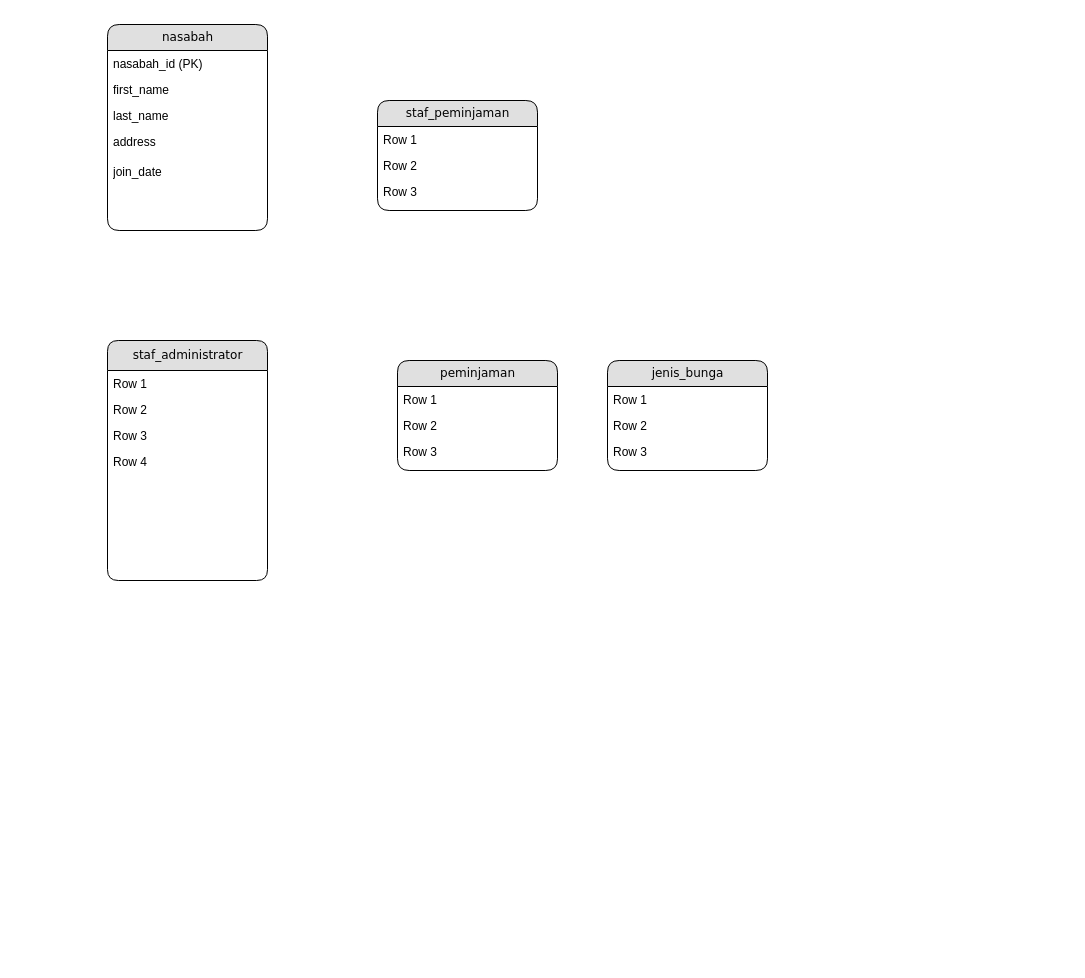
The draw.io diagram Untitled Diagram.drawio in Tchehetheere/x9_academy-draw-io, before the edit. Source tidied: cells renumbered, new cells numbered last; positions are measured from the earlier drawing's top-left corner, leaving out a move shared by most shapes. Both pictures are drawn from the tidied source at 100%, with x=0, y=0 at pixel (107, 24).
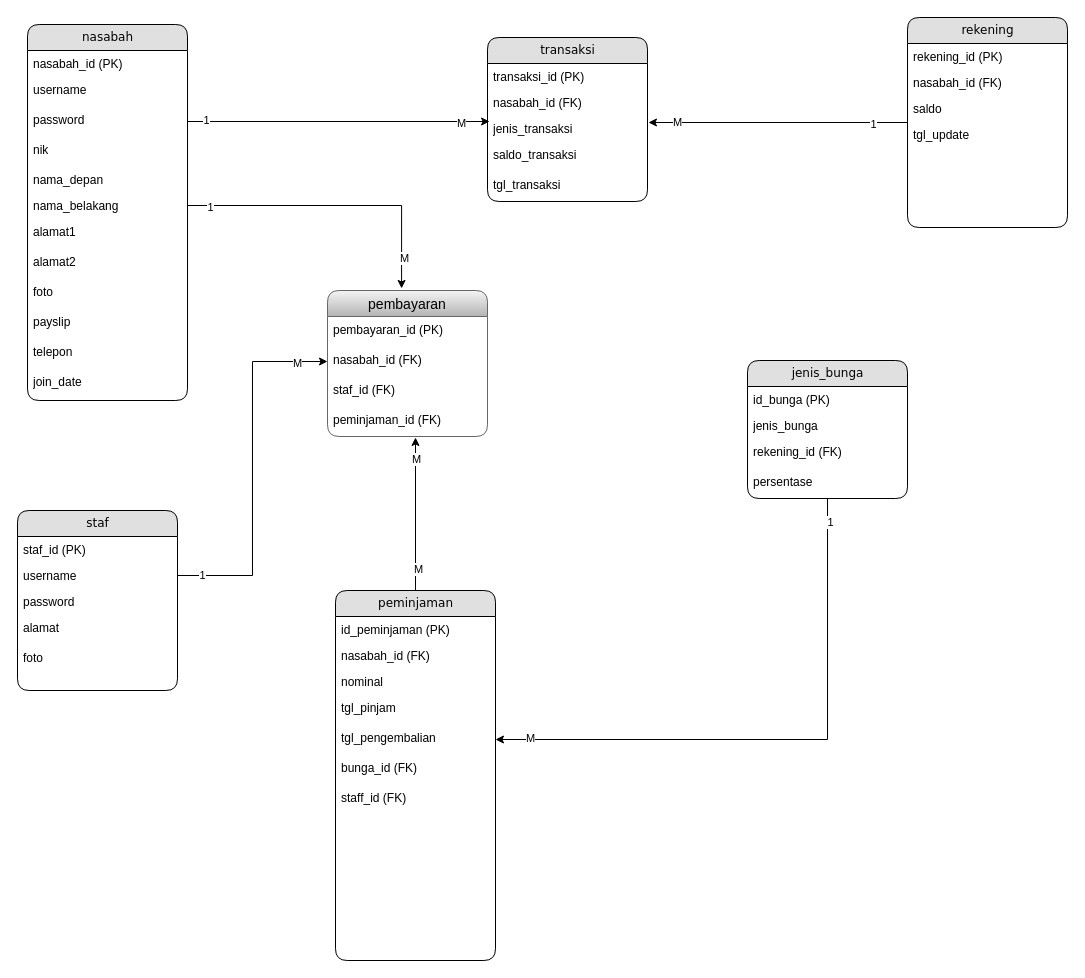
The same page after the edit.

What changed in the source:
```diff
@@
     <mxCell id="2" value="nasabah" style="swimlane;html=1;fontStyle=0;horizontal=1;startSize=26;fillColor=#e0e0e0;swimlaneFillColor=#ffffff;align=center;rounded=1;shadow=0;comic=0;labelBackgroundColor=none;strokeWidth=1;fontFamily=Verdana;fontSize=12;" parent="1" vertex="1">
-      <mxGeometry width="160" height="206" as="geometry" />
+      <mxGeometry x="-80" width="160" height="376" as="geometry" />
     </mxCell>
@@
+    <mxCell id="25" value="username" style="text;strokeColor=none;fillColor=none;spacingLeft=4;spacingRight=4;overflow=hidden;fontSize=12;whiteSpace=wrap;html=1;" parent="2" vertex="1">
+      <mxGeometry y="52" width="160" height="30" as="geometry" />
+    </mxCell>
+    <mxCell id="26" value="password" style="text;strokeColor=none;fillColor=none;spacingLeft=4;spacingRight=4;overflow=hidden;points=[[0,0.5],[1,0.5]];portConstraint=eastwest;fontSize=12;whiteSpace=wrap;html=1;" parent="2" vertex="1">
+      <mxGeometry y="82" width="160" height="30" as="geometry" />
+    </mxCell>
+    <mxCell id="27" value="nik" style="text;strokeColor=none;fillColor=none;spacingLeft=4;spacingRight=4;overflow=hidden;fontSize=12;whiteSpace=wrap;html=1;" parent="2" vertex="1">
+      <mxGeometry y="112" width="160" height="30" as="geometry" />
+    </mxCell>
-    <mxCell id="4" value="first_name" style="text;html=1;strokeColor=none;fillColor=none;spacingLeft=4;spacingRight=4;whiteSpace=wrap;overflow=hidden;" parent="2" vertex="1">
-      <mxGeometry y="52" width="160" height="26" as="geometry" />
+    <mxCell id="4" value="nama_depan" style="text;html=1;strokeColor=none;fillColor=none;spacingLeft=4;spacingRight=4;whiteSpace=wrap;overflow=hidden;" parent="2" vertex="1">
+      <mxGeometry y="142" width="160" height="26" as="geometry" />
     </mxCell>
-    <mxCell id="5" value="last_name" style="text;html=1;strokeColor=none;fillColor=none;spacingLeft=4;spacingRight=4;whiteSpace=wrap;overflow=hidden;points=[[0,0.5],[1,0.5]];portConstraint=eastwest;" parent="2" vertex="1">
-      <mxGeometry y="78" width="160" height="26" as="geometry" />
+    <mxCell id="5" value="nama_belakang" style="text;html=1;strokeColor=none;fillColor=none;spacingLeft=4;spacingRight=4;whiteSpace=wrap;overflow=hidden;points=[[0,0.5],[1,0.5]];portConstraint=eastwest;" parent="2" vertex="1">
+      <mxGeometry y="168" width="160" height="26" as="geometry" />
     </mxCell>
-    <mxCell id="6" value="address" style="text;strokeColor=none;fillColor=none;spacingLeft=4;spacingRight=4;overflow=hidden;fontSize=12;whiteSpace=wrap;html=1;" parent="2" vertex="1">
-      <mxGeometry y="104" width="160" height="30" as="geometry" />
+    <mxCell id="6" value="alamat1" style="text;strokeColor=none;fillColor=none;spacingLeft=4;spacingRight=4;overflow=hidden;fontSize=12;whiteSpace=wrap;html=1;" parent="2" vertex="1">
+      <mxGeometry y="194" width="160" height="30" as="geometry" />
     </mxCell>
+    <mxCell id="28" value="alamat2" style="text;strokeColor=none;fillColor=none;spacingLeft=4;spacingRight=4;overflow=hidden;fontSize=12;whiteSpace=wrap;html=1;" parent="2" vertex="1">
+      <mxGeometry y="224" width="160" height="30" as="geometry" />
+    </mxCell>
+    <mxCell id="29" value="foto" style="text;strokeColor=none;fillColor=none;spacingLeft=4;spacingRight=4;overflow=hidden;fontSize=12;whiteSpace=wrap;html=1;" parent="2" vertex="1">
+      <mxGeometry y="254" width="160" height="30" as="geometry" />
+    </mxCell>
+    <mxCell id="30" value="payslip" style="text;strokeColor=none;fillColor=none;spacingLeft=4;spacingRight=4;overflow=hidden;fontSize=12;whiteSpace=wrap;html=1;" parent="2" vertex="1">
+      <mxGeometry y="284" width="160" height="30" as="geometry" />
+    </mxCell>
+    <mxCell id="31" value="telepon" style="text;strokeColor=none;fillColor=none;spacingLeft=4;spacingRight=4;overflow=hidden;fontSize=12;whiteSpace=wrap;html=1;" parent="2" vertex="1">
+      <mxGeometry y="314" width="160" height="30" as="geometry" />
+    </mxCell>
     <mxCell id="7" value="join_date" style="text;strokeColor=none;fillColor=none;spacingLeft=4;spacingRight=4;overflow=hidden;fontSize=12;whiteSpace=wrap;html=1;" parent="2" vertex="1">
-      <mxGeometry y="134" width="160" height="30" as="geometry" />
+      <mxGeometry y="344" width="160" height="30" as="geometry" />
     </mxCell>
-    <mxCell id="8" value="staf_administrator" style="swimlane;html=1;fontStyle=0;horizontal=1;startSize=30;fillColor=#e0e0e0;swimlaneFillColor=#ffffff;align=center;rounded=1;shadow=0;comic=0;labelBackgroundColor=none;strokeWidth=1;fontFamily=Verdana;fontSize=12;arcSize=12;" parent="1" vertex="1">
-      <mxGeometry y="316" width="160" height="240" as="geometry" />
-    </mxCell>
-    <mxCell id="9" value="Row 1" style="text;html=1;strokeColor=none;fillColor=none;spacingLeft=4;spacingRight=4;whiteSpace=wrap;overflow=hidden;" parent="8" vertex="1">
-      <mxGeometry y="30" width="160" height="26" as="geometry" />
-    </mxCell>
-    <mxCell id="10" value="Row 2" style="text;html=1;strokeColor=none;fillColor=none;spacingLeft=4;spacingRight=4;whiteSpace=wrap;overflow=hidden;" parent="8" vertex="1">
-      <mxGeometry y="56" width="160" height="26" as="geometry" />
-    </mxCell>
-    <mxCell id="11" value="Row 3" style="text;html=1;strokeColor=none;fillColor=none;spacingLeft=4;spacingRight=4;whiteSpace=wrap;overflow=hidden;" parent="8" vertex="1">
-      <mxGeometry y="82" width="160" height="26" as="geometry" />
-    </mxCell>
-    <mxCell id="12" value="Row 4" style="text;strokeColor=none;fillColor=none;spacingLeft=4;spacingRight=4;overflow=hidden;fontSize=12;whiteSpace=wrap;html=1;" parent="8" vertex="1">
-      <mxGeometry y="108" width="160" height="30" as="geometry" />
-    </mxCell>
-    <mxCell id="13" value="staf_peminjaman" style="swimlane;html=1;fontStyle=0;horizontal=1;startSize=26;fillColor=#e0e0e0;swimlaneFillColor=#ffffff;align=center;rounded=1;shadow=0;comic=0;labelBackgroundColor=none;strokeWidth=1;fontFamily=Verdana;fontSize=12;" parent="1" vertex="1">
-      <mxGeometry x="270" y="76" width="160" height="110" as="geometry" />
+    <mxCell id="13" value="staf" style="swimlane;html=1;fontStyle=0;horizontal=1;startSize=26;fillColor=#e0e0e0;swimlaneFillColor=#ffffff;align=center;rounded=1;shadow=0;comic=0;labelBackgroundColor=none;strokeWidth=1;fontFamily=Verdana;fontSize=12;" parent="1" vertex="1">
+      <mxGeometry x="-90" y="486" width="160" height="180" as="geometry" />
     </mxCell>
-    <mxCell id="14" value="Row 1" style="text;html=1;strokeColor=none;fillColor=none;spacingLeft=4;spacingRight=4;whiteSpace=wrap;overflow=hidden;" parent="13" vertex="1">
+    <mxCell id="14" value="staf_id (PK)" style="text;html=1;strokeColor=none;fillColor=none;spacingLeft=4;spacingRight=4;whiteSpace=wrap;overflow=hidden;" parent="13" vertex="1">
       <mxGeometry y="26" width="160" height="26" as="geometry" />
     </mxCell>
-    <mxCell id="15" value="Row 2" style="text;html=1;strokeColor=none;fillColor=none;spacingLeft=4;spacingRight=4;whiteSpace=wrap;overflow=hidden;points=[[0,0.5],[1,0.5]];portConstraint=eastwest;" parent="13" vertex="1">
+    <mxCell id="15" value="username" style="text;html=1;strokeColor=none;fillColor=none;spacingLeft=4;spacingRight=4;whiteSpace=wrap;overflow=hidden;points=[[0,0.5],[1,0.5]];portConstraint=eastwest;" parent="13" vertex="1">
       <mxGeometry y="52" width="160" height="26" as="geometry" />
     </mxCell>
-    <mxCell id="16" value="Row 3" style="text;html=1;strokeColor=none;fillColor=none;spacingLeft=4;spacingRight=4;whiteSpace=wrap;overflow=hidden;" parent="13" vertex="1">
+    <mxCell id="16" value="password" style="text;html=1;strokeColor=none;fillColor=none;spacingLeft=4;spacingRight=4;whiteSpace=wrap;overflow=hidden;" parent="13" vertex="1">
       <mxGeometry y="78" width="160" height="26" as="geometry" />
     </mxCell>
+    <mxCell id="32" value="alamat" style="text;strokeColor=none;fillColor=none;spacingLeft=4;spacingRight=4;overflow=hidden;fontSize=12;whiteSpace=wrap;html=1;" parent="13" vertex="1">
+      <mxGeometry y="104" width="160" height="30" as="geometry" />
+    </mxCell>
+    <mxCell id="33" value="foto" style="text;strokeColor=none;fillColor=none;spacingLeft=4;spacingRight=4;overflow=hidden;fontSize=12;whiteSpace=wrap;html=1;" parent="13" vertex="1">
+      <mxGeometry y="134" width="160" height="30" as="geometry" />
+    </mxCell>
+    <mxCell id="34" style="edgeStyle=orthogonalEdgeStyle;rounded=0;jettySize=auto;html=1;entryX=0.55;entryY=1.033;entryDx=0;entryDy=0;entryPerimeter=0;" parent="1" edge="1" source="17" target="50">
+      <mxGeometry relative="1" as="geometry" />
+    </mxCell>
+    <mxCell id="35" value="M" style="edgeLabel;html=1;align=center;verticalAlign=middle;" parent="34" vertex="1">
+      <mxGeometry x="0.73" relative="1" as="geometry" />
+    </mxCell>
+    <mxCell id="36" value="M" style="edgeLabel;html=1;align=center;verticalAlign=middle;" parent="34" vertex="1">
+      <mxGeometry x="-0.71" y="-2" relative="1" as="geometry" />
+    </mxCell>
     <mxCell id="17" value="peminjaman" style="swimlane;html=1;fontStyle=0;horizontal=1;startSize=26;fillColor=#e0e0e0;swimlaneFillColor=#ffffff;align=center;rounded=1;shadow=0;comic=0;labelBackgroundColor=none;strokeWidth=1;fontFamily=Verdana;fontSize=12;" parent="1" vertex="1">
-      <mxGeometry x="290" y="336" width="160" height="110" as="geometry" />
+      <mxGeometry x="228" y="566" width="160" height="370" as="geometry" />
     </mxCell>
-    <mxCell id="18" value="Row 1" style="text;html=1;strokeColor=none;fillColor=none;spacingLeft=4;spacingRight=4;whiteSpace=wrap;overflow=hidden;" parent="17" vertex="1">
+    <mxCell id="18" value="id_peminjaman (PK)" style="text;html=1;strokeColor=none;fillColor=none;spacingLeft=4;spacingRight=4;whiteSpace=wrap;overflow=hidden;" parent="17" vertex="1">
       <mxGeometry y="26" width="160" height="26" as="geometry" />
     </mxCell>
-    <mxCell id="19" value="Row 2" style="text;html=1;strokeColor=none;fillColor=none;spacingLeft=4;spacingRight=4;whiteSpace=wrap;overflow=hidden;" parent="17" vertex="1">
+    <mxCell id="19" value="nasabah_id (FK)" style="text;html=1;strokeColor=none;fillColor=none;spacingLeft=4;spacingRight=4;whiteSpace=wrap;overflow=hidden;" parent="17" vertex="1">
       <mxGeometry y="52" width="160" height="26" as="geometry" />
     </mxCell>
-    <mxCell id="20" value="Row 3" style="text;html=1;strokeColor=none;fillColor=none;spacingLeft=4;spacingRight=4;whiteSpace=wrap;overflow=hidden;" parent="17" vertex="1">
+    <mxCell id="20" value="nominal" style="text;html=1;strokeColor=none;fillColor=none;spacingLeft=4;spacingRight=4;whiteSpace=wrap;overflow=hidden;" parent="17" vertex="1">
       <mxGeometry y="78" width="160" height="26" as="geometry" />
     </mxCell>
+    <mxCell id="37" value="tgl_pinjam" style="text;strokeColor=none;fillColor=none;spacingLeft=4;spacingRight=4;overflow=hidden;fontSize=12;whiteSpace=wrap;html=1;" parent="17" vertex="1">
+      <mxGeometry y="104" width="160" height="30" as="geometry" />
+    </mxCell>
+    <mxCell id="38" value="tgl_pengembalian" style="text;strokeColor=none;fillColor=none;spacingLeft=4;spacingRight=4;overflow=hidden;points=[[0,0.5],[1,0.5]];portConstraint=eastwest;fontSize=12;whiteSpace=wrap;html=1;" parent="17" vertex="1">
+      <mxGeometry y="134" width="160" height="30" as="geometry" />
+    </mxCell>
+    <mxCell id="39" value="bunga_id (FK)" style="text;strokeColor=none;fillColor=none;spacingLeft=4;spacingRight=4;overflow=hidden;fontSize=12;whiteSpace=wrap;html=1;" parent="17" vertex="1">
+      <mxGeometry y="164" width="160" height="30" as="geometry" />
+    </mxCell>
+    <mxCell id="40" value="staff_id (FK)" style="text;strokeColor=none;fillColor=none;spacingLeft=4;spacingRight=4;overflow=hidden;fontSize=12;whiteSpace=wrap;html=1;" parent="17" vertex="1">
+      <mxGeometry y="194" width="160" height="30" as="geometry" />
+    </mxCell>
+    <mxCell id="41" style="edgeStyle=orthogonalEdgeStyle;rounded=0;jettySize=auto;html=1;entryX=1;entryY=0.5;entryDx=0;entryDy=0;" parent="1" edge="1" source="21" target="38">
+      <mxGeometry relative="1" as="geometry" />
+    </mxCell>
+    <mxCell id="42" value="M" style="edgeLabel;html=1;align=center;verticalAlign=middle;" parent="41" vertex="1">
+      <mxGeometry x="0.88" y="-2" relative="1" as="geometry" />
+    </mxCell>
+    <mxCell id="43" value="1" style="edgeLabel;html=1;align=center;verticalAlign=middle;" parent="41" vertex="1">
+      <mxGeometry x="-0.92" y="2" relative="1" as="geometry" />
+    </mxCell>
     <mxCell id="21" value="jenis_bunga" style="swimlane;html=1;fontStyle=0;horizontal=1;startSize=26;fillColor=#e0e0e0;swimlaneFillColor=#ffffff;align=center;rounded=1;shadow=0;comic=0;labelBackgroundColor=none;strokeWidth=1;fontFamily=Verdana;fontSize=12;" parent="1" vertex="1">
-      <mxGeometry x="500" y="336" width="160" height="110" as="geometry" />
+      <mxGeometry x="640" y="336" width="160" height="138" as="geometry" />
     </mxCell>
-    <mxCell id="22" value="Row 1" style="text;html=1;strokeColor=none;fillColor=none;spacingLeft=4;spacingRight=4;whiteSpace=wrap;overflow=hidden;" parent="21" vertex="1">
-      <mxGeometry y="26" width="160" height="26" as="geometry" />
-    </mxCell>
-    <mxCell id="23" value="Row 2" style="text;html=1;strokeColor=none;fillColor=none;spacingLeft=4;spacingRight=4;whiteSpace=wrap;overflow=hidden;" parent="21" vertex="1">
-      <mxGeometry y="52" width="160" height="26" as="geometry" />
+    <mxCell id="23" value="id_bunga (PK)" style="text;html=1;strokeColor=none;fillColor=none;spacingLeft=4;spacingRight=4;whiteSpace=wrap;overflow=hidden;" parent="21" vertex="1">
+      <mxGeometry y="26" width="160" height="26" as="geometry" />
     </mxCell>
-    <mxCell id="24" value="Row 3" style="text;html=1;strokeColor=none;fillColor=none;spacingLeft=4;spacingRight=4;whiteSpace=wrap;overflow=hidden;" parent="21" vertex="1">
-      <mxGeometry y="78" width="160" height="26" as="geometry" />
+    <mxCell id="24" value="jenis_bunga" style="text;html=1;strokeColor=none;fillColor=none;spacingLeft=4;spacingRight=4;whiteSpace=wrap;overflow=hidden;" parent="21" vertex="1">
+      <mxGeometry y="52" width="160" height="26" as="geometry" />
     </mxCell>
+    <mxCell id="44" value="rekening_id (FK)" style="text;strokeColor=none;fillColor=none;spacingLeft=4;spacingRight=4;overflow=hidden;fontSize=12;whiteSpace=wrap;html=1;" parent="21" vertex="1">
+      <mxGeometry y="78" width="160" height="30" as="geometry" />
+    </mxCell>
+    <mxCell id="45" value="persentase" style="text;strokeColor=none;fillColor=none;spacingLeft=4;spacingRight=4;overflow=hidden;fontSize=12;whiteSpace=wrap;html=1;" parent="21" vertex="1">
+      <mxGeometry y="108" width="160" height="30" as="geometry" />
+    </mxCell>
+    <mxCell id="46" value="pembayaran" style="swimlane;fontStyle=0;horizontal=1;startSize=26;align=center;fontSize=14;swimlaneFillColor=default;rounded=1;fillColor=#f5f5f5;strokeColor=#666666;gradientColor=#b3b3b3;" parent="1" vertex="1">
+      <mxGeometry x="220" y="266" width="160" height="146" as="geometry" />
+    </mxCell>
+    <mxCell id="47" value="pembayaran_id (PK)" style="text;strokeColor=none;fillColor=none;spacingLeft=4;spacingRight=4;overflow=hidden;fontSize=12;whiteSpace=wrap;html=1;" parent="46" vertex="1">
+      <mxGeometry y="26" width="160" height="30" as="geometry" />
+    </mxCell>
+    <mxCell id="48" value="nasabah_id (FK)" style="text;strokeColor=none;fillColor=none;spacingLeft=4;spacingRight=4;overflow=hidden;points=[[0,0.5],[1,0.5]];portConstraint=eastwest;fontSize=12;whiteSpace=wrap;html=1;" parent="46" vertex="1">
+      <mxGeometry y="56" width="160" height="30" as="geometry" />
+    </mxCell>
+    <mxCell id="49" value="staf_id (FK)" style="text;strokeColor=none;fillColor=none;spacingLeft=4;spacingRight=4;overflow=hidden;fontSize=12;whiteSpace=wrap;html=1;" parent="46" vertex="1">
+      <mxGeometry y="86" width="160" height="30" as="geometry" />
+    </mxCell>
+    <mxCell id="50" value="peminjaman_id (FK)" style="text;strokeColor=none;fillColor=none;spacingLeft=4;spacingRight=4;overflow=hidden;points=[[0,0.5],[1,0.5]];portConstraint=eastwest;fontSize=12;whiteSpace=wrap;html=1;" parent="46" vertex="1">
+      <mxGeometry y="116" width="160" height="30" as="geometry" />
+    </mxCell>
+    <mxCell id="51" style="edgeStyle=orthogonalEdgeStyle;rounded=0;jettySize=auto;html=1;entryX=1.006;entryY=0.269;entryDx=0;entryDy=0;entryPerimeter=0;" parent="1" edge="1" source="54" target="62">
+      <mxGeometry relative="1" as="geometry" />
+    </mxCell>
+    <mxCell id="52" value="M" style="edgeLabel;html=1;align=center;verticalAlign=middle;" parent="51" vertex="1">
+      <mxGeometry x="0.78" relative="1" as="geometry" />
+    </mxCell>
+    <mxCell id="53" value="1" style="edgeLabel;html=1;align=center;verticalAlign=middle;" parent="51" vertex="1">
+      <mxGeometry x="-0.73" y="2" relative="1" as="geometry" />
+    </mxCell>
+    <mxCell id="54" value="rekening" style="swimlane;html=1;fontStyle=0;horizontal=1;startSize=26;fillColor=#e0e0e0;swimlaneFillColor=#ffffff;align=center;rounded=1;shadow=0;comic=0;labelBackgroundColor=none;strokeWidth=1;fontFamily=Verdana;fontSize=12;" parent="1" vertex="1">
+      <mxGeometry x="800" y="-7" width="160" height="210" as="geometry" />
+    </mxCell>
+    <mxCell id="55" value="rekening_id (PK)" style="text;html=1;strokeColor=none;fillColor=none;spacingLeft=4;spacingRight=4;whiteSpace=wrap;overflow=hidden;" parent="54" vertex="1">
+      <mxGeometry y="26" width="160" height="26" as="geometry" />
+    </mxCell>
+    <mxCell id="56" value="nasabah_id (FK)" style="text;html=1;strokeColor=none;fillColor=none;spacingLeft=4;spacingRight=4;whiteSpace=wrap;overflow=hidden;" parent="54" vertex="1">
+      <mxGeometry y="52" width="160" height="26" as="geometry" />
+    </mxCell>
+    <mxCell id="57" value="saldo" style="text;html=1;strokeColor=none;fillColor=none;spacingLeft=4;spacingRight=4;whiteSpace=wrap;overflow=hidden;" parent="54" vertex="1">
+      <mxGeometry y="78" width="160" height="26" as="geometry" />
+    </mxCell>
+    <mxCell id="58" value="tgl_update" style="text;strokeColor=none;fillColor=none;spacingLeft=4;spacingRight=4;overflow=hidden;fontSize=12;whiteSpace=wrap;html=1;" parent="54" vertex="1">
+      <mxGeometry y="104" width="160" height="30" as="geometry" />
+    </mxCell>
+    <mxCell id="59" value="transaksi" style="swimlane;html=1;fontStyle=0;horizontal=1;startSize=26;fillColor=#e0e0e0;swimlaneFillColor=#ffffff;align=center;rounded=1;shadow=0;comic=0;labelBackgroundColor=none;strokeWidth=1;fontFamily=Verdana;fontSize=12;" parent="1" vertex="1">
+      <mxGeometry x="380" y="13" width="160" height="164" as="geometry" />
+    </mxCell>
+    <mxCell id="60" value="transaksi_id (PK)" style="text;html=1;strokeColor=none;fillColor=none;spacingLeft=4;spacingRight=4;whiteSpace=wrap;overflow=hidden;" parent="59" vertex="1">
+      <mxGeometry y="26" width="160" height="26" as="geometry" />
+    </mxCell>
+    <mxCell id="61" value="nasabah_id (FK)" style="text;html=1;strokeColor=none;fillColor=none;spacingLeft=4;spacingRight=4;whiteSpace=wrap;overflow=hidden;" parent="59" vertex="1">
+      <mxGeometry y="52" width="160" height="26" as="geometry" />
+    </mxCell>
+    <mxCell id="62" value="jenis_transaksi" style="text;html=1;strokeColor=none;fillColor=none;spacingLeft=4;spacingRight=4;whiteSpace=wrap;overflow=hidden;points=[[0,0.5],[1,0.5]];portConstraint=eastwest;" parent="59" vertex="1">
+      <mxGeometry y="78" width="160" height="26" as="geometry" />
+    </mxCell>
+    <mxCell id="63" value="saldo_transaksi" style="text;strokeColor=none;fillColor=none;spacingLeft=4;spacingRight=4;overflow=hidden;fontSize=12;whiteSpace=wrap;html=1;" parent="59" vertex="1">
+      <mxGeometry y="104" width="160" height="30" as="geometry" />
+    </mxCell>
+    <mxCell id="64" value="tgl_transaksi" style="text;strokeColor=none;fillColor=none;spacingLeft=4;spacingRight=4;overflow=hidden;fontSize=12;whiteSpace=wrap;html=1;" parent="59" vertex="1">
+      <mxGeometry y="134" width="160" height="30" as="geometry" />
+    </mxCell>
+    <mxCell id="65" style="edgeStyle=orthogonalEdgeStyle;rounded=0;jettySize=auto;html=1;entryX=0.463;entryY=-0.014;entryDx=0;entryDy=0;entryPerimeter=0;" parent="1" edge="1" source="5" target="46">
+      <mxGeometry relative="1" as="geometry" />
+    </mxCell>
+    <mxCell id="66" value="1" style="edgeLabel;html=1;align=center;verticalAlign=middle;" parent="65" vertex="1">
+      <mxGeometry x="-0.85" y="-1" relative="1" as="geometry" />
+    </mxCell>
+    <mxCell id="67" value="M" style="edgeLabel;html=1;align=center;verticalAlign=middle;" parent="65" vertex="1">
+      <mxGeometry x="0.8" y="2" relative="1" as="geometry" />
+    </mxCell>
+    <mxCell id="68" style="edgeStyle=orthogonalEdgeStyle;rounded=0;jettySize=auto;html=1;entryX=0;entryY=0.5;entryDx=0;entryDy=0;" parent="1" edge="1" source="15" target="48">
+      <mxGeometry relative="1" as="geometry" />
+    </mxCell>
+    <mxCell id="69" value="1" style="edgeLabel;html=1;align=center;verticalAlign=middle;" parent="68" vertex="1">
+      <mxGeometry x="-0.87" y="1" relative="1" as="geometry" />
+    </mxCell>
+    <mxCell id="70" value="M" style="edgeLabel;html=1;align=center;verticalAlign=middle;" parent="68" vertex="1">
+      <mxGeometry x="0.83" y="-1" relative="1" as="geometry" />
+    </mxCell>
+    <mxCell id="71" style="edgeStyle=orthogonalEdgeStyle;rounded=0;jettySize=auto;html=1;entryX=0.013;entryY=0.231;entryDx=0;entryDy=0;entryPerimeter=0;" parent="1" edge="1" source="26" target="62">
+      <mxGeometry relative="1" as="geometry" />
+    </mxCell>
+    <mxCell id="72" value="1" style="edgeLabel;html=1;align=center;verticalAlign=middle;" parent="71" vertex="1">
+      <mxGeometry x="-0.88" y="2" relative="1" as="geometry" />
+    </mxCell>
+    <mxCell id="73" value="M" style="edgeLabel;html=1;align=center;verticalAlign=middle;" parent="71" vertex="1">
+      <mxGeometry x="0.81" y="-1" relative="1" as="geometry" />
+    </mxCell>
```
